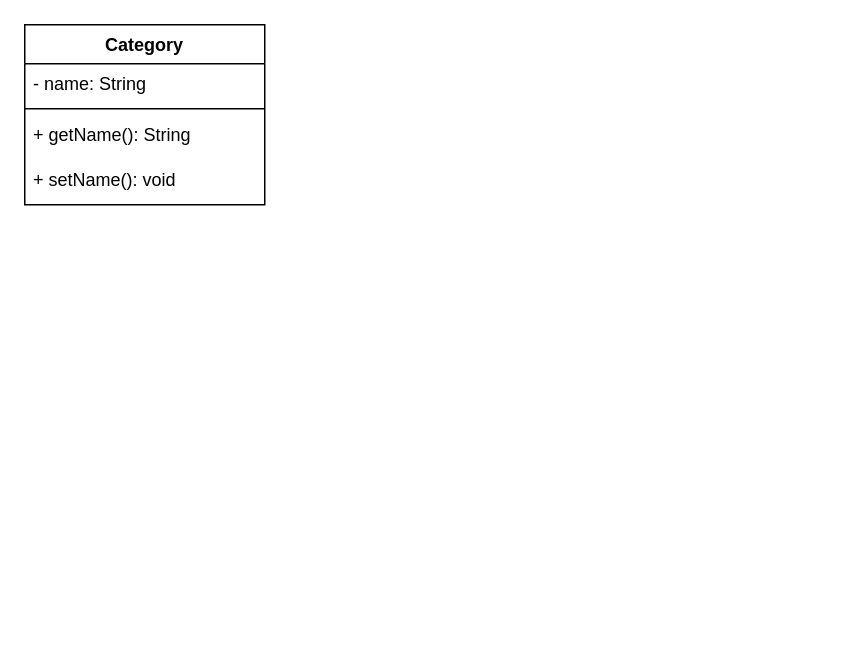
Before: doc/diagram.drawio in LuckyRads/Accounting-System, a draw.io diagram. Source tidied: cells renumbered, new cells numbered last; positions are measured from the earlier drawing's top-left corner, leaving out a move shared by most shapes. Both pictures are drawn from the tidied source at 150%, with x=0, y=0 at pixel (24, 24).
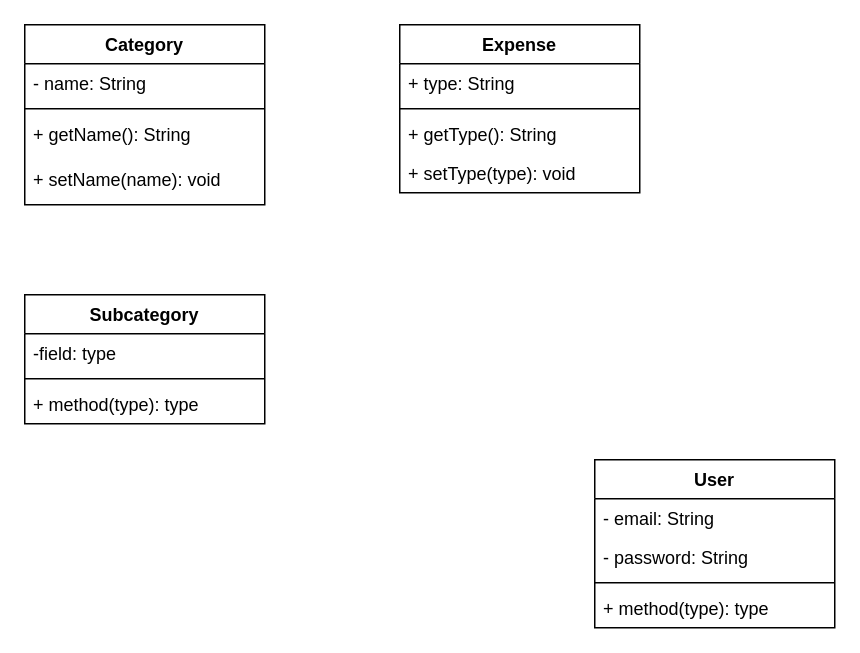
Above is the later version.

The change refers to these unchanged cells:
```xml
<mxCell id="2" value="Category&#10;" style="swimlane;fontStyle=1;align=center;verticalAlign=top;horizontal=1;startSize=26;" parent="1" vertex="1">
  <mxGeometry width="160" height="120" as="geometry" />
</mxCell>
```

The edit, as a diff of the source:
```diff
@@
-    <mxCell id="6" value="+ setName(): void" style="text;strokeColor=none;fillColor=none;align=left;verticalAlign=top;spacingLeft=4;spacingRight=4;overflow=hidden;" parent="2" vertex="1">
+    <mxCell id="6" value="+ setName(name): void" style="text;strokeColor=none;fillColor=none;align=left;verticalAlign=top;spacingLeft=4;spacingRight=4;overflow=hidden;" parent="2" vertex="1">
       <mxGeometry y="90" width="160" height="30" as="geometry" />
     </mxCell>
+    <mxCell id="7" value="Expense" style="swimlane;fontStyle=1;align=center;verticalAlign=top;horizontal=1;startSize=26;" parent="1" vertex="1">
+      <mxGeometry x="250" width="160" height="112" as="geometry" />
+    </mxCell>
+    <mxCell id="8" value="+ type: String" style="text;strokeColor=none;fillColor=none;align=left;verticalAlign=top;spacingLeft=4;spacingRight=4;overflow=hidden;" parent="7" vertex="1">
+      <mxGeometry y="26" width="160" height="26" as="geometry" />
+    </mxCell>
+    <mxCell id="9" style="line;strokeWidth=1;fillColor=none;align=left;verticalAlign=middle;spacingTop=-1;spacingLeft=3;spacingRight=3;labelPosition=right;" parent="7" vertex="1">
+      <mxGeometry y="52" width="160" height="8" as="geometry" />
+    </mxCell>
+    <mxCell id="10" value="+ getType(): String" style="text;strokeColor=none;fillColor=none;align=left;verticalAlign=top;spacingLeft=4;spacingRight=4;overflow=hidden;" parent="7" vertex="1">
+      <mxGeometry y="60" width="160" height="26" as="geometry" />
+    </mxCell>
+    <mxCell id="11" value="+ setType(type): void" style="text;strokeColor=none;fillColor=none;align=left;verticalAlign=top;spacingLeft=4;spacingRight=4;overflow=hidden;" parent="7" vertex="1">
+      <mxGeometry y="86" width="160" height="26" as="geometry" />
+    </mxCell>
+    <mxCell id="12" value="Subcategory" style="swimlane;fontStyle=1;align=center;verticalAlign=top;horizontal=1;startSize=26;" parent="1" vertex="1">
+      <mxGeometry y="180" width="160" height="86" as="geometry" />
+    </mxCell>
+    <mxCell id="13" value="-field: type" style="text;strokeColor=none;fillColor=none;align=left;verticalAlign=top;spacingLeft=4;spacingRight=4;overflow=hidden;" parent="12" vertex="1">
+      <mxGeometry y="26" width="160" height="26" as="geometry" />
+    </mxCell>
+    <mxCell id="14" style="line;strokeWidth=1;fillColor=none;align=left;verticalAlign=middle;spacingTop=-1;spacingLeft=3;spacingRight=3;labelPosition=right;" parent="12" vertex="1">
+      <mxGeometry y="52" width="160" height="8" as="geometry" />
+    </mxCell>
+    <mxCell id="15" value="+ method(type): type" style="text;strokeColor=none;fillColor=none;align=left;verticalAlign=top;spacingLeft=4;spacingRight=4;overflow=hidden;" parent="12" vertex="1">
+      <mxGeometry y="60" width="160" height="26" as="geometry" />
+    </mxCell>
+    <mxCell id="16" value="User" style="swimlane;fontStyle=1;align=center;verticalAlign=top;horizontal=1;startSize=26;" parent="1" vertex="1">
+      <mxGeometry x="380" y="290" width="160" height="112" as="geometry" />
+    </mxCell>
+    <mxCell id="17" value="- email: String" style="text;strokeColor=none;fillColor=none;align=left;verticalAlign=top;spacingLeft=4;spacingRight=4;overflow=hidden;" parent="16" vertex="1">
+      <mxGeometry y="26" width="160" height="26" as="geometry" />
+    </mxCell>
+    <mxCell id="18" value="- password: String" style="text;strokeColor=none;fillColor=none;align=left;verticalAlign=top;spacingLeft=4;spacingRight=4;overflow=hidden;" parent="16" vertex="1">
+      <mxGeometry y="52" width="160" height="26" as="geometry" />
+    </mxCell>
+    <mxCell id="19" style="line;strokeWidth=1;fillColor=none;align=left;verticalAlign=middle;spacingTop=-1;spacingLeft=3;spacingRight=3;labelPosition=right;" parent="16" vertex="1">
+      <mxGeometry y="78" width="160" height="8" as="geometry" />
+    </mxCell>
+    <mxCell id="20" value="+ method(type): type" style="text;strokeColor=none;fillColor=none;align=left;verticalAlign=top;spacingLeft=4;spacingRight=4;overflow=hidden;" parent="16" vertex="1">
+      <mxGeometry y="86" width="160" height="26" as="geometry" />
+    </mxCell>
```
